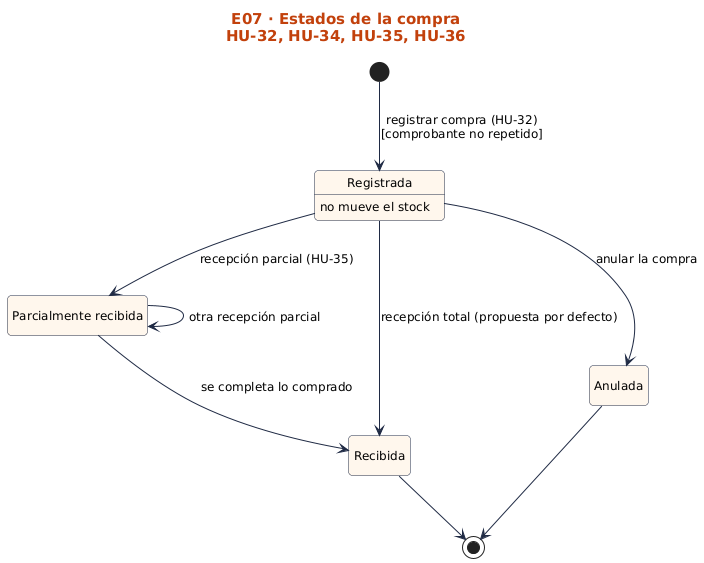
Before: docs/generales/estados/e07-compra.png, a diagram exported from PlantUML (nandoestebanif/sevens-sigro). Source of this version:
```plantuml
@startuml
!include ../../estilo.iuml
hide empty description
title E07 · Estados de la compra\nHU-32, HU-34, HU-35, HU-36
[*] --> Registrada : registrar compra (HU-32)\n[comprobante no repetido]
Registrada : no mueve el stock
Registrada --> ParcialmenteRecibida : recepción parcial (HU-35)
state "Parcialmente recibida" as ParcialmenteRecibida
ParcialmenteRecibida --> ParcialmenteRecibida : otra recepción parcial
ParcialmenteRecibida --> Recibida : se completa lo comprado
Registrada --> Recibida : recepción total (propuesta por defecto)
Registrada --> Anulada : anular la compra
Recibida --> [*]
Anulada --> [*]
@enduml
```
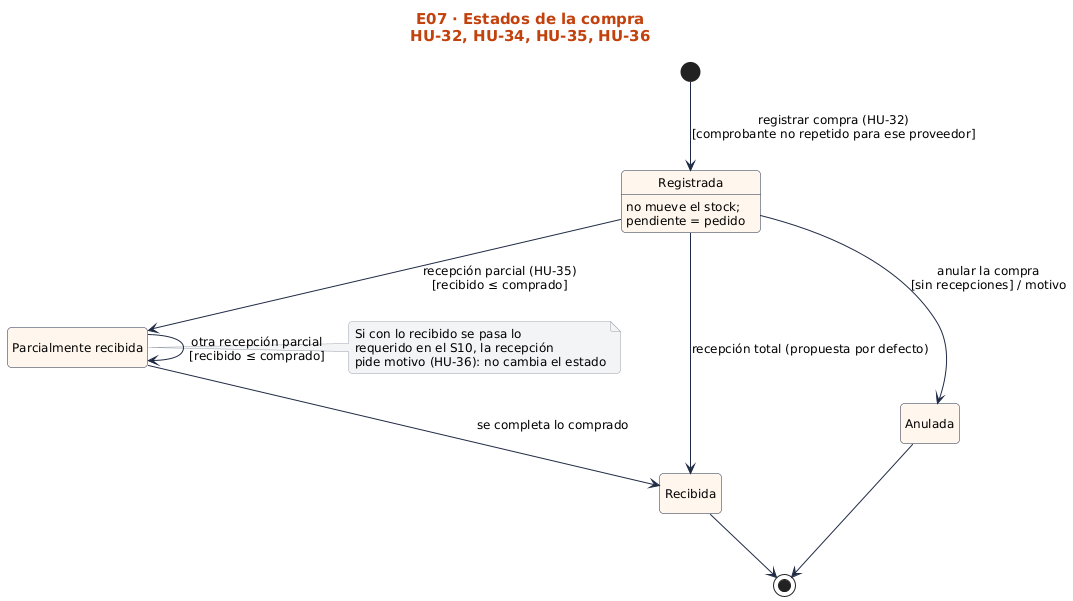
The same file after the commit.

Change to the diagram source:
```diff
@@ -2,14 +2,15 @@
 !include ../../estilo.iuml
 hide empty description
 title E07 · Estados de la compra\nHU-32, HU-34, HU-35, HU-36
-[*] --> Registrada : registrar compra (HU-32)\n[comprobante no repetido]
-Registrada : no mueve el stock
-Registrada --> ParcialmenteRecibida : recepción parcial (HU-35)
+[*] --> Registrada : registrar compra (HU-32)\n[comprobante no repetido para ese proveedor]
+Registrada : no mueve el stock;\npendiente = pedido
+Registrada --> ParcialmenteRecibida : recepción parcial (HU-35)\n[recibido ≤ comprado]
 state "Parcialmente recibida" as ParcialmenteRecibida
-ParcialmenteRecibida --> ParcialmenteRecibida : otra recepción parcial
+ParcialmenteRecibida --> ParcialmenteRecibida : otra recepción parcial\n[recibido ≤ comprado]
 ParcialmenteRecibida --> Recibida : se completa lo comprado
 Registrada --> Recibida : recepción total (propuesta por defecto)
-Registrada --> Anulada : anular la compra
+Registrada --> Anulada : anular la compra\n[sin recepciones] / motivo
+note right of ParcialmenteRecibida : Si con lo recibido se pasa lo\nrequerido en el S10, la recepción\npide motivo (HU-36): no cambia el estado
 Recibida --> [*]
 Anulada --> [*]
 @enduml
```
